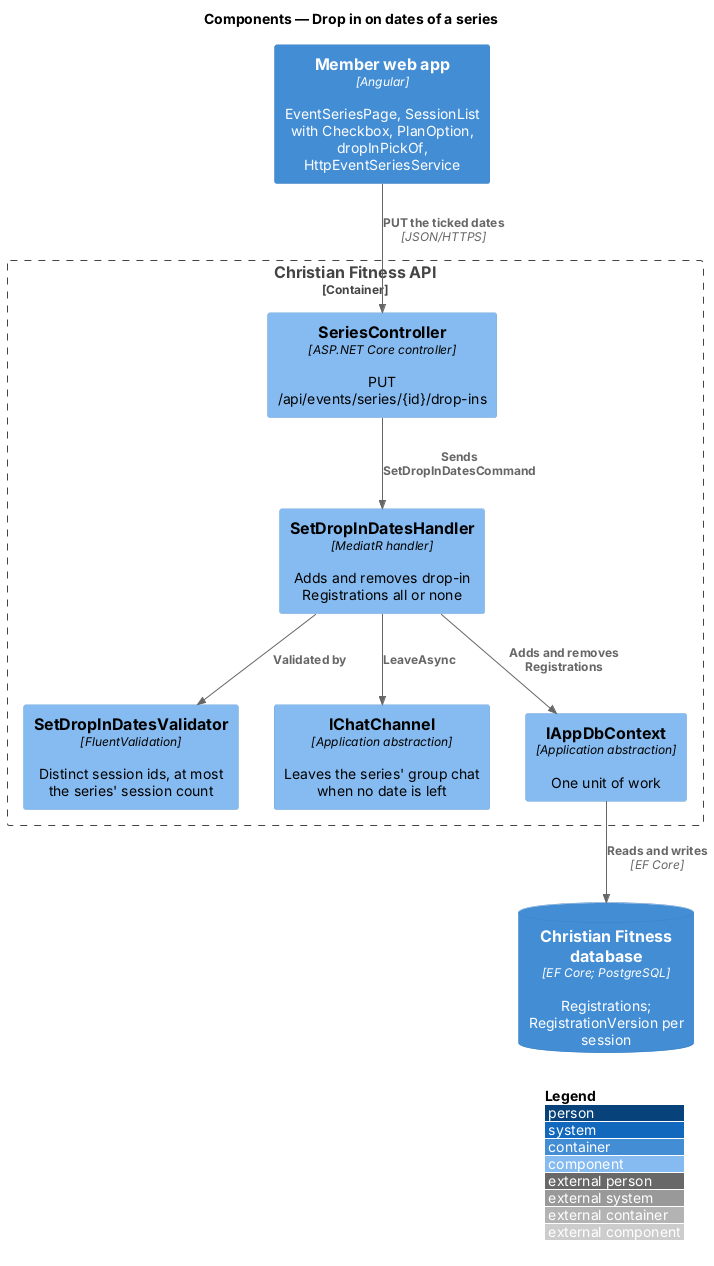
This is docs/detailed-designs/events/drop-in-on-series-dates/diagrams/c4-component.png from QuinntyneBrown/christian-fitness, a PlantUML export, as it was before one commit. Its diagram source:
```plantuml
@startuml
!include <C4/C4_Component>
LAYOUT_WITH_LEGEND()
title Components — Drop in on dates of a series

Container(web, "Member web app", "Angular", "EventSeriesPage, SessionList with Checkbox, PlanOption, dropInPickOf, HttpEventSeriesService")
Container_Boundary(api, "Christian Fitness API") {
  Component(ctrl, "SeriesController", "ASP.NET Core controller", "PUT /api/events/series/{id}/drop-ins")
  Component(val, "SetDropInDatesValidator", "FluentValidation", "Distinct session ids, at most the series' session count")
  Component(h, "SetDropInDatesHandler", "MediatR handler", "Adds and removes drop-in Registrations all or none")
  Component(chat, "IChatChannel", "Application abstraction", "Leaves the series' group chat when no date is left")
  Component(ctx, "IAppDbContext", "Application abstraction", "One unit of work")
}
ContainerDb(db, "Christian Fitness database", "EF Core; PostgreSQL", "Registrations; RegistrationVersion per session")
Rel(web, ctrl, "PUT the ticked dates", "JSON/HTTPS")
Rel(ctrl, h, "Sends SetDropInDatesCommand")
Rel(h, val, "Validated by")
Rel(h, ctx, "Adds and removes Registrations")
Rel(h, chat, "LeaveAsync")
Rel(ctx, db, "Reads and writes", "EF Core")
@enduml
```
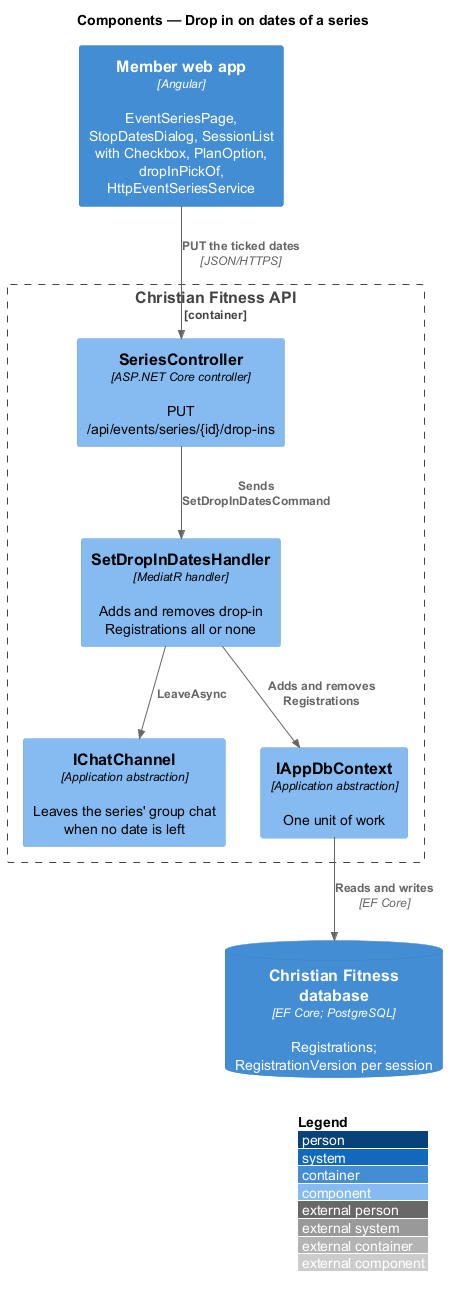
After the change.

Change to the diagram source:
```diff
@@ -3,10 +3,9 @@
 LAYOUT_WITH_LEGEND()
 title Components — Drop in on dates of a series
 
-Container(web, "Member web app", "Angular", "EventSeriesPage, SessionList with Checkbox, PlanOption, dropInPickOf, HttpEventSeriesService")
+Container(web, "Member web app", "Angular", "EventSeriesPage, StopDatesDialog, SessionList with Checkbox, PlanOption, dropInPickOf, HttpEventSeriesService")
 Container_Boundary(api, "Christian Fitness API") {
   Component(ctrl, "SeriesController", "ASP.NET Core controller", "PUT /api/events/series/{id}/drop-ins")
-  Component(val, "SetDropInDatesValidator", "FluentValidation", "Distinct session ids, at most the series' session count")
   Component(h, "SetDropInDatesHandler", "MediatR handler", "Adds and removes drop-in Registrations all or none")
   Component(chat, "IChatChannel", "Application abstraction", "Leaves the series' group chat when no date is left")
   Component(ctx, "IAppDbContext", "Application abstraction", "One unit of work")
@@ -14,7 +13,6 @@
 ContainerDb(db, "Christian Fitness database", "EF Core; PostgreSQL", "Registrations; RegistrationVersion per session")
 Rel(web, ctrl, "PUT the ticked dates", "JSON/HTTPS")
 Rel(ctrl, h, "Sends SetDropInDatesCommand")
-Rel(h, val, "Validated by")
 Rel(h, ctx, "Adds and removes Registrations")
 Rel(h, chat, "LeaveAsync")
 Rel(ctx, db, "Reads and writes", "EF Core")
```
